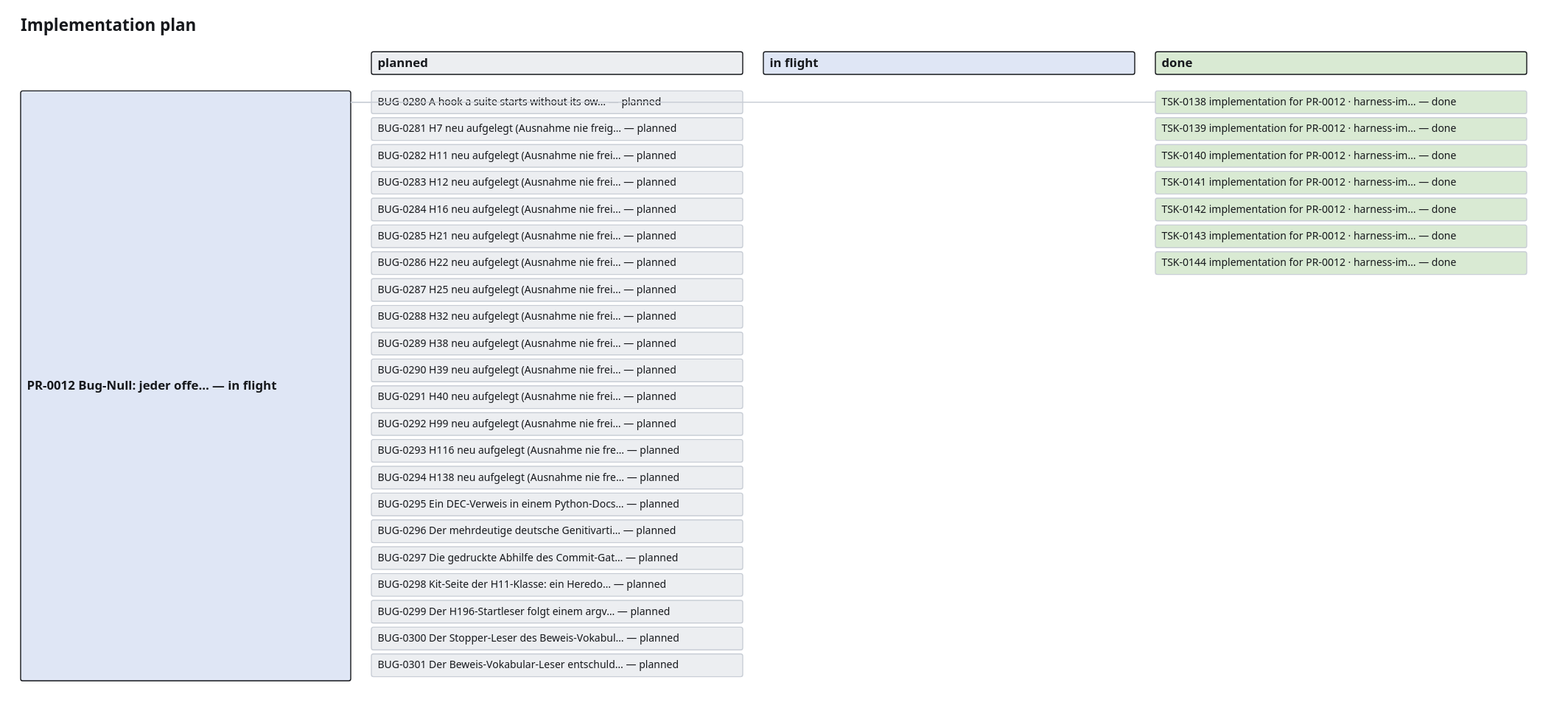
GiaZenX/harness keeps this draw.io diagram as project_memory/generated/plan.drawio.svg. Above is the earlier version. Source tidied: cells renumbered, new cells last; positions are measured from the earlier drawing's top-left corner, leaving out a move shared by most shapes.
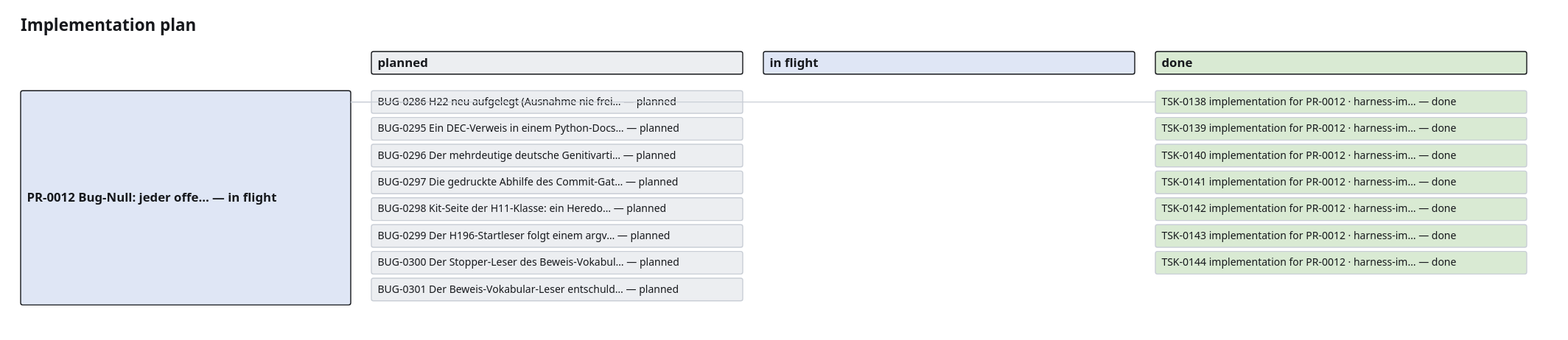
Above is the later version.

Change to the diagram source:
```diff
@@ -15,100 +15,58 @@
       <mxGeometry x="1100" y="34" width="360" height="22" as="geometry" />
     </mxCell>
     <mxCell id="6" value="PR-0012 Bug-Null: jeder offe… — in flight" style="rounded=1;whiteSpace=wrap;html=1;fillColor=#dfe6f5;strokeColor=#16181c;fontSize=12;fontStyle=1;" parent="1" vertex="1">
-      <mxGeometry y="72" width="320" height="572" as="geometry" />
+      <mxGeometry y="72" width="320" height="208" as="geometry" />
     </mxCell>
-    <mxCell id="7" value="BUG-0280 A hook a suite starts without its ow… — planned" style="rounded=1;whiteSpace=wrap;html=1;fillColor=#eceef1;strokeColor=#c9ced6;fontSize=10;" parent="1" vertex="1">
+    <mxCell id="7" value="BUG-0286 H22 neu aufgelegt (Ausnahme nie frei… — planned" style="rounded=1;whiteSpace=wrap;html=1;fillColor=#eceef1;strokeColor=#c9ced6;fontSize=10;" parent="1" vertex="1">
       <mxGeometry x="340" y="72" width="360" height="22" as="geometry" />
     </mxCell>
     <mxCell id="8" style="edgeStyle=orthogonalEdgeStyle;endArrow=none;strokeColor=#c9ced6;" parent="1" edge="1" source="6" target="7">
       <mxGeometry relative="1" as="geometry" />
     </mxCell>
-    <mxCell id="9" value="BUG-0281 H7 neu aufgelegt (Ausnahme nie freig… — planned" style="rounded=1;whiteSpace=wrap;html=1;fillColor=#eceef1;strokeColor=#c9ced6;fontSize=10;" parent="1" vertex="1">
+    <mxCell id="9" value="BUG-0295 Ein DEC-Verweis in einem Python-Docs… — planned" style="rounded=1;whiteSpace=wrap;html=1;fillColor=#eceef1;strokeColor=#c9ced6;fontSize=10;" parent="1" vertex="1">
       <mxGeometry x="340" y="98" width="360" height="22" as="geometry" />
     </mxCell>
-    <mxCell id="10" value="BUG-0282 H11 neu aufgelegt (Ausnahme nie frei… — planned" style="rounded=1;whiteSpace=wrap;html=1;fillColor=#eceef1;strokeColor=#c9ced6;fontSize=10;" parent="1" vertex="1">
+    <mxCell id="10" value="BUG-0296 Der mehrdeutige deutsche Genitivarti… — planned" style="rounded=1;whiteSpace=wrap;html=1;fillColor=#eceef1;strokeColor=#c9ced6;fontSize=10;" parent="1" vertex="1">
       <mxGeometry x="340" y="124" width="360" height="22" as="geometry" />
     </mxCell>
-    <mxCell id="11" value="BUG-0283 H12 neu aufgelegt (Ausnahme nie frei… — planned" style="rounded=1;whiteSpace=wrap;html=1;fillColor=#eceef1;strokeColor=#c9ced6;fontSize=10;" parent="1" vertex="1">
+    <mxCell id="11" value="BUG-0297 Die gedruckte Abhilfe des Commit-Gat… — planned" style="rounded=1;whiteSpace=wrap;html=1;fillColor=#eceef1;strokeColor=#c9ced6;fontSize=10;" parent="1" vertex="1">
       <mxGeometry x="340" y="150" width="360" height="22" as="geometry" />
     </mxCell>
-    <mxCell id="12" value="BUG-0284 H16 neu aufgelegt (Ausnahme nie frei… — planned" style="rounded=1;whiteSpace=wrap;html=1;fillColor=#eceef1;strokeColor=#c9ced6;fontSize=10;" parent="1" vertex="1">
+    <mxCell id="12" value="BUG-0298 Kit-Seite der H11-Klasse: ein Heredo… — planned" style="rounded=1;whiteSpace=wrap;html=1;fillColor=#eceef1;strokeColor=#c9ced6;fontSize=10;" parent="1" vertex="1">
       <mxGeometry x="340" y="176" width="360" height="22" as="geometry" />
     </mxCell>
-    <mxCell id="13" value="BUG-0285 H21 neu aufgelegt (Ausnahme nie frei… — planned" style="rounded=1;whiteSpace=wrap;html=1;fillColor=#eceef1;strokeColor=#c9ced6;fontSize=10;" parent="1" vertex="1">
+    <mxCell id="13" value="BUG-0299 Der H196-Startleser folgt einem argv… — planned" style="rounded=1;whiteSpace=wrap;html=1;fillColor=#eceef1;strokeColor=#c9ced6;fontSize=10;" parent="1" vertex="1">
       <mxGeometry x="340" y="202" width="360" height="22" as="geometry" />
     </mxCell>
-    <mxCell id="14" value="BUG-0286 H22 neu aufgelegt (Ausnahme nie frei… — planned" style="rounded=1;whiteSpace=wrap;html=1;fillColor=#eceef1;strokeColor=#c9ced6;fontSize=10;" parent="1" vertex="1">
+    <mxCell id="14" value="BUG-0300 Der Stopper-Leser des Beweis-Vokabul… — planned" style="rounded=1;whiteSpace=wrap;html=1;fillColor=#eceef1;strokeColor=#c9ced6;fontSize=10;" parent="1" vertex="1">
       <mxGeometry x="340" y="228" width="360" height="22" as="geometry" />
     </mxCell>
-    <mxCell id="15" value="BUG-0287 H25 neu aufgelegt (Ausnahme nie frei… — planned" style="rounded=1;whiteSpace=wrap;html=1;fillColor=#eceef1;strokeColor=#c9ced6;fontSize=10;" parent="1" vertex="1">
+    <mxCell id="15" value="BUG-0301 Der Beweis-Vokabular-Leser entschuld… — planned" style="rounded=1;whiteSpace=wrap;html=1;fillColor=#eceef1;strokeColor=#c9ced6;fontSize=10;" parent="1" vertex="1">
       <mxGeometry x="340" y="254" width="360" height="22" as="geometry" />
     </mxCell>
-    <mxCell id="16" value="BUG-0288 H32 neu aufgelegt (Ausnahme nie frei… — planned" style="rounded=1;whiteSpace=wrap;html=1;fillColor=#eceef1;strokeColor=#c9ced6;fontSize=10;" parent="1" vertex="1">
-      <mxGeometry x="340" y="280" width="360" height="22" as="geometry" />
+    <mxCell id="16" value="TSK-0138 implementation for PR-0012 · harness-im… — done" style="rounded=1;whiteSpace=wrap;html=1;fillColor=#d9ead3;strokeColor=#c9ced6;fontSize=10;" parent="1" vertex="1">
+      <mxGeometry x="1100" y="72" width="360" height="22" as="geometry" />
     </mxCell>
-    <mxCell id="17" value="BUG-0289 H38 neu aufgelegt (Ausnahme nie frei… — planned" style="rounded=1;whiteSpace=wrap;html=1;fillColor=#eceef1;strokeColor=#c9ced6;fontSize=10;" parent="1" vertex="1">
-      <mxGeometry x="340" y="306" width="360" height="22" as="geometry" />
+    <mxCell id="17" style="edgeStyle=orthogonalEdgeStyle;endArrow=none;strokeColor=#c9ced6;" parent="1" edge="1" source="6" target="16">
+      <mxGeometry relative="1" as="geometry" />
     </mxCell>
-    <mxCell id="18" value="BUG-0290 H39 neu aufgelegt (Ausnahme nie frei… — planned" style="rounded=1;whiteSpace=wrap;html=1;fillColor=#eceef1;strokeColor=#c9ced6;fontSize=10;" parent="1" vertex="1">
-      <mxGeometry x="340" y="332" width="360" height="22" as="geometry" />
+    <mxCell id="18" value="TSK-0139 implementation for PR-0012 · harness-im… — done" style="rounded=1;whiteSpace=wrap;html=1;fillColor=#d9ead3;strokeColor=#c9ced6;fontSize=10;" parent="1" vertex="1">
+      <mxGeometry x="1100" y="98" width="360" height="22" as="geometry" />
     </mxCell>
-    <mxCell id="19" value="BUG-0291 H40 neu aufgelegt (Ausnahme nie frei… — planned" style="rounded=1;whiteSpace=wrap;html=1;fillColor=#eceef1;strokeColor=#c9ced6;fontSize=10;" parent="1" vertex="1">
-      <mxGeometry x="340" y="358" width="360" height="22" as="geometry" />
+    <mxCell id="19" value="TSK-0140 implementation for PR-0012 · harness-im… — done" style="rounded=1;whiteSpace=wrap;html=1;fillColor=#d9ead3;strokeColor=#c9ced6;fontSize=10;" parent="1" vertex="1">
+      <mxGeometry x="1100" y="124" width="360" height="22" as="geometry" />
     </mxCell>
-    <mxCell id="20" value="BUG-0292 H99 neu aufgelegt (Ausnahme nie frei… — planned" style="rounded=1;whiteSpace=wrap;html=1;fillColor=#eceef1;strokeColor=#c9ced6;fontSize=10;" parent="1" vertex="1">
-      <mxGeometry x="340" y="384" width="360" height="22" as="geometry" />
+    <mxCell id="20" value="TSK-0141 implementation for PR-0012 · harness-im… — done" style="rounded=1;whiteSpace=wrap;html=1;fillColor=#d9ead3;strokeColor=#c9ced6;fontSize=10;" parent="1" vertex="1">
+      <mxGeometry x="1100" y="150" width="360" height="22" as="geometry" />
     </mxCell>
-    <mxCell id="21" value="BUG-0293 H116 neu aufgelegt (Ausnahme nie fre… — planned" style="rounded=1;whiteSpace=wrap;html=1;fillColor=#eceef1;strokeColor=#c9ced6;fontSize=10;" parent="1" vertex="1">
-      <mxGeometry x="340" y="410" width="360" height="22" as="geometry" />
+    <mxCell id="21" value="TSK-0142 implementation for PR-0012 · harness-im… — done" style="rounded=1;whiteSpace=wrap;html=1;fillColor=#d9ead3;strokeColor=#c9ced6;fontSize=10;" parent="1" vertex="1">
+      <mxGeometry x="1100" y="176" width="360" height="22" as="geometry" />
     </mxCell>
-    <mxCell id="22" value="BUG-0294 H138 neu aufgelegt (Ausnahme nie fre… — planned" style="rounded=1;whiteSpace=wrap;html=1;fillColor=#eceef1;strokeColor=#c9ced6;fontSize=10;" parent="1" vertex="1">
-      <mxGeometry x="340" y="436" width="360" height="22" as="geometry" />
+    <mxCell id="22" value="TSK-0143 implementation for PR-0012 · harness-im… — done" style="rounded=1;whiteSpace=wrap;html=1;fillColor=#d9ead3;strokeColor=#c9ced6;fontSize=10;" parent="1" vertex="1">
+      <mxGeometry x="1100" y="202" width="360" height="22" as="geometry" />
     </mxCell>
-    <mxCell id="23" value="BUG-0295 Ein DEC-Verweis in einem Python-Docs… — planned" style="rounded=1;whiteSpace=wrap;html=1;fillColor=#eceef1;strokeColor=#c9ced6;fontSize=10;" parent="1" vertex="1">
-      <mxGeometry x="340" y="462" width="360" height="22" as="geometry" />
+    <mxCell id="23" value="TSK-0144 implementation for PR-0012 · harness-im… — done" style="rounded=1;whiteSpace=wrap;html=1;fillColor=#d9ead3;strokeColor=#c9ced6;fontSize=10;" parent="1" vertex="1">
+      <mxGeometry x="1100" y="228" width="360" height="22" as="geometry" />
     </mxCell>
-    <mxCell id="24" value="BUG-0296 Der mehrdeutige deutsche Genitivarti… — planned" style="rounded=1;whiteSpace=wrap;html=1;fillColor=#eceef1;strokeColor=#c9ced6;fontSize=10;" parent="1" vertex="1">
-      <mxGeometry x="340" y="488" width="360" height="22" as="geometry" />
-    </mxCell>
-    <mxCell id="25" value="BUG-0297 Die gedruckte Abhilfe des Commit-Gat… — planned" style="rounded=1;whiteSpace=wrap;html=1;fillColor=#eceef1;strokeColor=#c9ced6;fontSize=10;" parent="1" vertex="1">
-      <mxGeometry x="340" y="514" width="360" height="22" as="geometry" />
-    </mxCell>
-    <mxCell id="26" value="BUG-0298 Kit-Seite der H11-Klasse: ein Heredo… — planned" style="rounded=1;whiteSpace=wrap;html=1;fillColor=#eceef1;strokeColor=#c9ced6;fontSize=10;" parent="1" vertex="1">
-      <mxGeometry x="340" y="540" width="360" height="22" as="geometry" />
-    </mxCell>
-    <mxCell id="27" value="BUG-0299 Der H196-Startleser folgt einem argv… — planned" style="rounded=1;whiteSpace=wrap;html=1;fillColor=#eceef1;strokeColor=#c9ced6;fontSize=10;" parent="1" vertex="1">
-      <mxGeometry x="340" y="566" width="360" height="22" as="geometry" />
-    </mxCell>
-    <mxCell id="28" value="BUG-0300 Der Stopper-Leser des Beweis-Vokabul… — planned" style="rounded=1;whiteSpace=wrap;html=1;fillColor=#eceef1;strokeColor=#c9ced6;fontSize=10;" parent="1" vertex="1">
-      <mxGeometry x="340" y="592" width="360" height="22" as="geometry" />
-    </mxCell>
-    <mxCell id="29" value="BUG-0301 Der Beweis-Vokabular-Leser entschuld… — planned" style="rounded=1;whiteSpace=wrap;html=1;fillColor=#eceef1;strokeColor=#c9ced6;fontSize=10;" parent="1" vertex="1">
-      <mxGeometry x="340" y="618" width="360" height="22" as="geometry" />
-    </mxCell>
-    <mxCell id="30" value="TSK-0138 implementation for PR-0012 · harness-im… — done" style="rounded=1;whiteSpace=wrap;html=1;fillColor=#d9ead3;strokeColor=#c9ced6;fontSize=10;" parent="1" vertex="1">
-      <mxGeometry x="1100" y="72" width="360" height="22" as="geometry" />
-    </mxCell>
-    <mxCell id="31" style="edgeStyle=orthogonalEdgeStyle;endArrow=none;strokeColor=#c9ced6;" parent="1" edge="1" source="6" target="30">
-      <mxGeometry relative="1" as="geometry" />
-    </mxCell>
-    <mxCell id="32" value="TSK-0139 implementation for PR-0012 · harness-im… — done" style="rounded=1;whiteSpace=wrap;html=1;fillColor=#d9ead3;strokeColor=#c9ced6;fontSize=10;" parent="1" vertex="1">
-      <mxGeometry x="1100" y="98" width="360" height="22" as="geometry" />
-    </mxCell>
-    <mxCell id="33" value="TSK-0140 implementation for PR-0012 · harness-im… — done" style="rounded=1;whiteSpace=wrap;html=1;fillColor=#d9ead3;strokeColor=#c9ced6;fontSize=10;" parent="1" vertex="1">
-      <mxGeometry x="1100" y="124" width="360" height="22" as="geometry" />
-    </mxCell>
-    <mxCell id="34" value="TSK-0141 implementation for PR-0012 · harness-im… — done" style="rounded=1;whiteSpace=wrap;html=1;fillColor=#d9ead3;strokeColor=#c9ced6;fontSize=10;" parent="1" vertex="1">
-      <mxGeometry x="1100" y="150" width="360" height="22" as="geometry" />
-    </mxCell>
-    <mxCell id="35" value="TSK-0142 implementation for PR-0012 · harness-im… — done" style="rounded=1;whiteSpace=wrap;html=1;fillColor=#d9ead3;strokeColor=#c9ced6;fontSize=10;" parent="1" vertex="1">
-      <mxGeometry x="1100" y="176" width="360" height="22" as="geometry" />
-    </mxCell>
-    <mxCell id="36" value="TSK-0143 implementation for PR-0012 · harness-im… — done" style="rounded=1;whiteSpace=wrap;html=1;fillColor=#d9ead3;strokeColor=#c9ced6;fontSize=10;" parent="1" vertex="1">
-      <mxGeometry x="1100" y="202" width="360" height="22" as="geometry" />
-    </mxCell>
-    <mxCell id="37" value="TSK-0144 implementation for PR-0012 · harness-im… — done" style="rounded=1;whiteSpace=wrap;html=1;fillColor=#d9ead3;strokeColor=#c9ced6;fontSize=10;" parent="1" vertex="1">
-      <mxGeometry x="1100" y="228" width="360" height="22" as="geometry" />
-    </mxCell>
   </root>
 </mxGraphModel>
```
